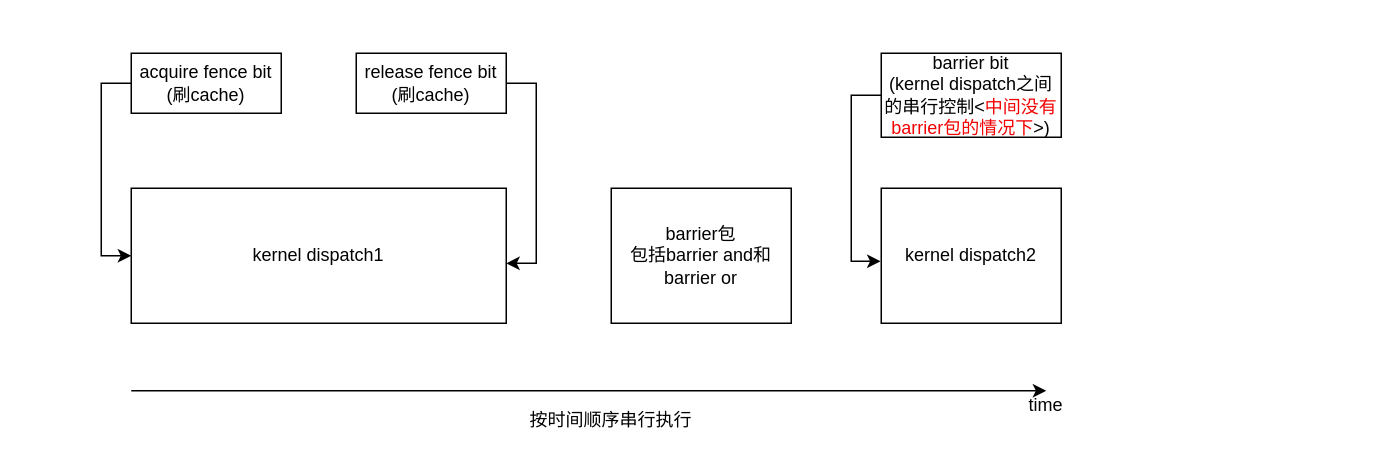
The draw.io diagram mql packt之间的控制bit.drawio in denglin12315/drawio_repo, before the edit. Source tidied: cells renumbered, new cells numbered last; positions are measured from the earlier drawing's top-left corner, leaving out a move shared by most shapes. Both pictures are drawn from the tidied source at 150%, with x=0, y=0 at pixel (130, 52).
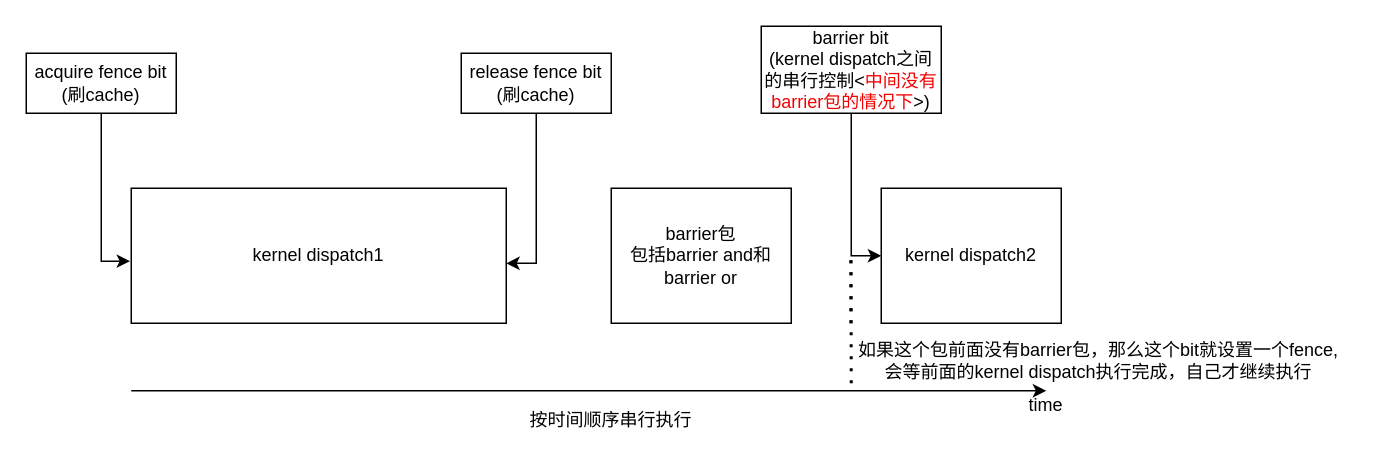
The same diagram, later.

Commit message (it also covers changes not shown here):
更新mql packt之间的控制bit.drawio

Change to the diagram source:
```diff
@@
 <mxGraphModel>
   <root>
     <mxCell id="0" />
     <mxCell id="1" parent="0" />
     <mxCell id="2" value="kernel dispatch1" style="rounded=0;whiteSpace=wrap;html=1;" parent="1" vertex="1">
       <mxGeometry y="90" width="250" height="90" as="geometry" />
     </mxCell>
     <mxCell id="3" value="kernel dispatch2" style="rounded=0;whiteSpace=wrap;html=1;" parent="1" vertex="1">
       <mxGeometry x="500" y="90" width="120" height="90" as="geometry" />
     </mxCell>
+    <mxCell id="6" style="edgeStyle=orthogonalEdgeStyle;rounded=0;jettySize=auto;html=1;entryX=0;entryY=0.5;entryDx=0;entryDy=0;" parent="1" edge="1" source="4" target="3">
+      <mxGeometry relative="1" as="geometry" />
+    </mxCell>
     <mxCell id="4" value="barrier bit&lt;div&gt;(kernel dispatch之间的串行控制&amp;lt;&lt;font style=&quot;color: rgb(242, 2, 2);&quot;&gt;中间没有barrier包的情况下&lt;/font&gt;&amp;gt;&lt;span style=&quot;background-color: transparent; color: light-dark(rgb(0, 0, 0), rgb(255, 255, 255));&quot;&gt;)&lt;/span&gt;&lt;/div&gt;" style="rounded=0;whiteSpace=wrap;html=1;" parent="1" vertex="1">
-      <mxGeometry x="500" width="120" height="56" as="geometry" />
+      <mxGeometry x="420" y="-18" width="120" height="58" as="geometry" />
     </mxCell>
     <mxCell id="5" value="release fence bit&lt;div&gt;(刷cache)&lt;/div&gt;" style="rounded=0;whiteSpace=wrap;html=1;" parent="1" vertex="1">
-      <mxGeometry x="150" width="100" height="40" as="geometry" />
+      <mxGeometry x="220" width="100" height="40" as="geometry" />
     </mxCell>
-    <mxCell id="6" style="edgeStyle=orthogonalEdgeStyle;rounded=0;jettySize=auto;html=1;exitX=0;exitY=0.5;exitDx=0;exitDy=0;entryX=-0.004;entryY=0.541;entryDx=0;entryDy=0;entryPerimeter=0;" parent="1" edge="1" source="4" target="3">
-      <mxGeometry relative="1" as="geometry" />
-    </mxCell>
-    <mxCell id="7" style="edgeStyle=orthogonalEdgeStyle;rounded=0;jettySize=auto;html=1;exitX=1;exitY=0.5;exitDx=0;exitDy=0;entryX=1;entryY=0.556;entryDx=0;entryDy=0;entryPerimeter=0;" parent="1" edge="1" source="5" target="2">
-      <mxGeometry relative="1" as="geometry" />
-    </mxCell>
-    <mxCell id="8" style="edgeStyle=orthogonalEdgeStyle;rounded=0;jettySize=auto;html=1;exitX=0;exitY=0.5;exitDx=0;exitDy=0;entryX=0;entryY=0.5;entryDx=0;entryDy=0;" parent="1" edge="1" source="9" target="2">
-      <mxGeometry relative="1" as="geometry" />
-    </mxCell>
     <mxCell id="9" value="acquire fence bit&lt;div&gt;(刷cache)&lt;/div&gt;" style="rounded=0;whiteSpace=wrap;html=1;" parent="1" vertex="1">
-      <mxGeometry width="100" height="40" as="geometry" />
+      <mxGeometry x="-70" width="100" height="40" as="geometry" />
     </mxCell>
     <mxCell id="10" value="barrier包&lt;div&gt;包括barrier and和barrier or&lt;/div&gt;" style="rounded=0;whiteSpace=wrap;html=1;" parent="1" vertex="1">
       <mxGeometry x="320" y="90" width="120" height="90" as="geometry" />
     </mxCell>
     <mxCell id="11" style="endArrow=classic;html=1;rounded=0;" parent="1" edge="1">
       <mxGeometry relative="1" as="geometry">
         <mxPoint y="225" as="sourcePoint" />
         <mxPoint x="610" y="225" as="targetPoint" />
       </mxGeometry>
     </mxCell>
     <mxCell id="12" value="按时间顺序串行执行" style="text;html=1;align=center;verticalAlign=middle;whiteSpace=wrap;rounded=0;" parent="1" vertex="1">
       <mxGeometry x="170" y="230" width="300" height="30" as="geometry" />
     </mxCell>
     <mxCell id="13" value="time" style="text;html=1;align=center;verticalAlign=middle;whiteSpace=wrap;rounded=0;" parent="1" vertex="1">
       <mxGeometry x="580" y="220" width="60" height="30" as="geometry" />
     </mxCell>
+    <mxCell id="7" style="edgeStyle=orthogonalEdgeStyle;rounded=0;jettySize=auto;html=1;entryX=1;entryY=0.556;entryDx=0;entryDy=0;entryPerimeter=0;" parent="1" edge="1" source="5" target="2">
+      <mxGeometry relative="1" as="geometry" />
+    </mxCell>
+    <mxCell id="8" style="edgeStyle=orthogonalEdgeStyle;rounded=0;jettySize=auto;html=1;entryX=-0.003;entryY=0.54;entryDx=0;entryDy=0;entryPerimeter=0;" parent="1" edge="1" source="9" target="2">
+      <mxGeometry relative="1" as="geometry" />
+    </mxCell>
+    <mxCell id="14" style="endArrow=none;dashed=1;html=1;dashPattern=1 3;strokeWidth=2;rounded=0;" parent="1" edge="1">
+      <mxGeometry relative="1" as="geometry">
+        <mxPoint x="479.8" y="180" as="sourcePoint" />
+        <mxPoint x="479.8" y="135" as="targetPoint" />
+      </mxGeometry>
+    </mxCell>
+    <mxCell id="15" value="如果这个包前面没有barrier包，那么这个bit就设置一个fence, 会等前面的kernel dispatch执行完成，自己才继续执行" style="text;html=1;align=center;verticalAlign=middle;whiteSpace=wrap;rounded=0;" parent="1" vertex="1">
+      <mxGeometry x="480" y="190" width="330" height="30" as="geometry" />
+    </mxCell>
+    <mxCell id="16" style="endArrow=none;dashed=1;html=1;dashPattern=1 3;strokeWidth=2;rounded=0;" parent="1" edge="1">
+      <mxGeometry relative="1" as="geometry">
+        <mxPoint x="480" y="220" as="sourcePoint" />
+        <mxPoint x="479.8" y="135" as="targetPoint" />
+      </mxGeometry>
+    </mxCell>
   </root>
 </mxGraphModel>
```
